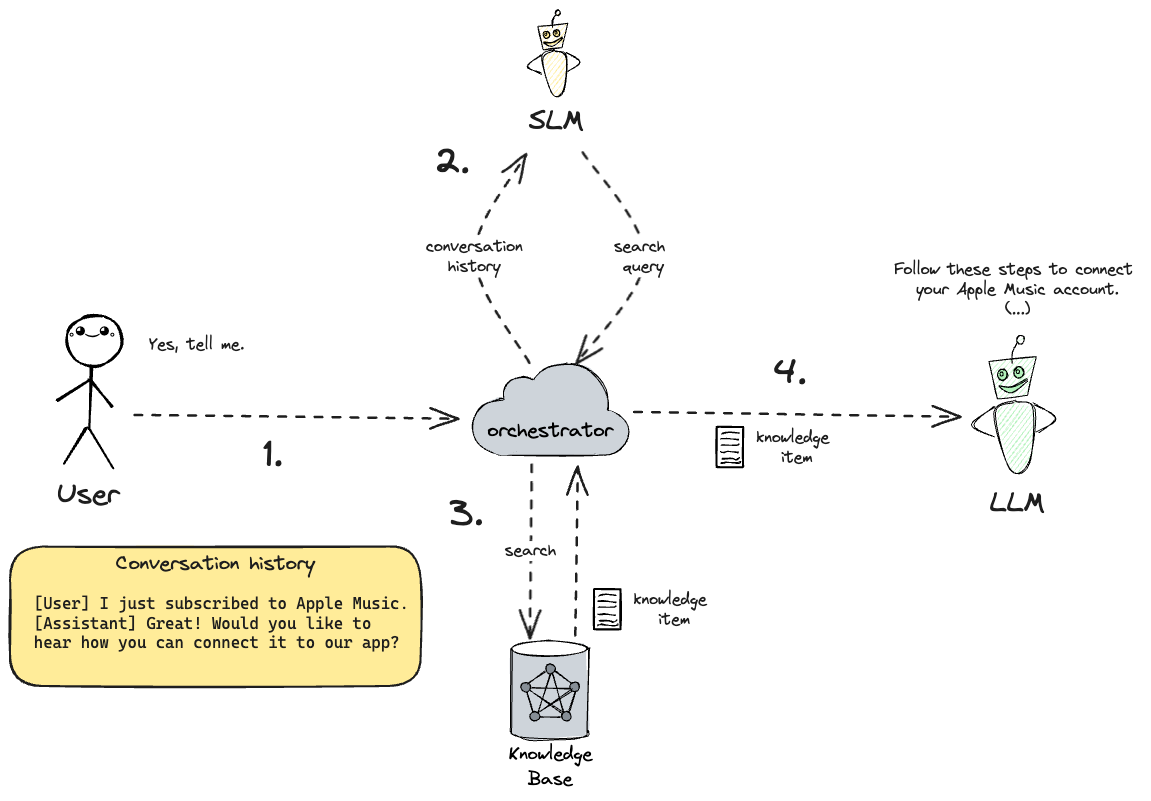
The Excalidraw diagram azuredevsummit-2025/graphics/rag-with-qrw.excalidraw.png in filipw/filipw.github.io, before a commit. Source tidied: one line per element, renumbered; positions are measured from the earlier drawing's top-left corner, leaving out a move shared by most shapes.
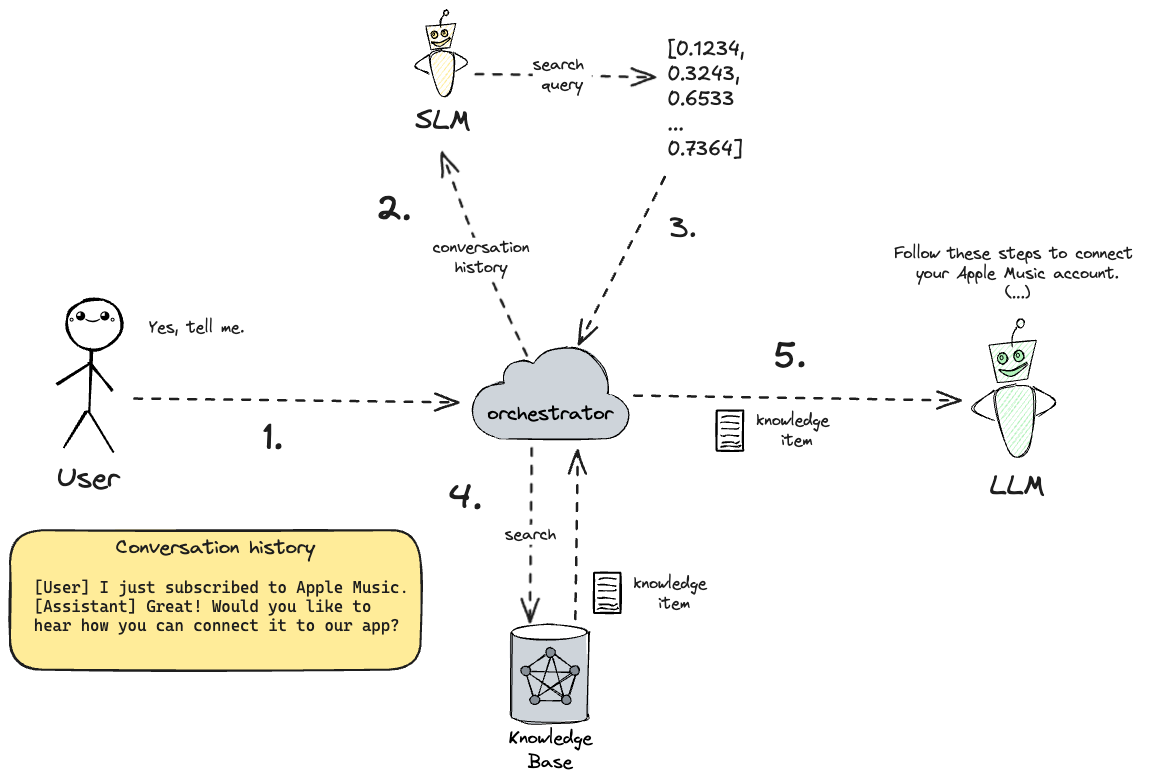
Later version of the same file.

Diff of the diagram source:
```diff
@@ -72,24 +72,27 @@
 {"id": 71, "type": "line", "strokeColor": "#000000", "backgroundColor": "#fff", "fillStyle": "solid", "strokeWidth": 1, "roughness": 1, "round": true, "x": 711, "y": 442, "width": 18, "height": 1, "points": [[0, 0], [3, 1], [7, 0], [18, 1]]}
 {"id": 72, "type": "text", "text": "knowledge \nitem", "strokeColor": "#1e1e1e", "backgroundColor": "#b2f2bb", "fillStyle": "solid", "strokeWidth": 2, "strokeStyle": "dashed", "roughness": 1, "fontSize": 16, "fontFamily": 1, "textAlign": "center", "x": 747, "y": 418, "width": 81, "height": 40}
 {"id": 73, "type": "text", "text": "Follow these steps to connect \nyour Apple Music account.\n(...)", "strokeColor": "#1e1e1e", "backgroundColor": "#b2f2bb", "fillStyle": "solid", "strokeWidth": 2, "strokeStyle": "dashed", "roughness": 1, "fontSize": 16, "fontFamily": 1, "textAlign": "center", "x": 884, "y": 250, "width": 247, "height": 60}
-{"id": 74, "type": "line", "strokeColor": "#000000", "backgroundColor": "#ffec99", "fillStyle": "hachure", "strokeWidth": 1, "roughness": 1, "x": 528, "y": 16, "width": 30, "height": 27, "points": [[0, 0], [5, 24], [24, 21], [30, -3], [0, 0]]}
+{"id": 74, "type": "line", "strokeColor": "#000000", "angle": 6.3, "backgroundColor": "#ffec99", "fillStyle": "hachure", "strokeWidth": 1, "roughness": 1, "x": 416, "y": 33, "width": 30, "height": 27, "points": [[0, 0], [5, 24], [24, 21], [30, -3], [0, 0]]}
-{"id": 75, "type": "line", "strokeColor": "#000000", "angle": 0.41, "backgroundColor": "#ffec99", "fillStyle": "hachure", "strokeWidth": 1, "roughness": 1, "round": true, "x": 545, "y": 17, "width": 3, "height": 12, "points": [[0, 0], [-3, -6], [-2, -12]]}
+{"id": 75, "type": "line", "strokeColor": "#000000", "angle": 6.71, "backgroundColor": "#ffec99", "fillStyle": "hachure", "strokeWidth": 1, "roughness": 1, "round": true, "x": 433, "y": 34, "width": 3, "height": 12, "points": [[0, 0], [-3, -6], [-2, -12]]}
-{"id": 76, "type": "ellipse", "strokeColor": "#000000", "angle": 0.29, "backgroundColor": "#ffec99", "fillStyle": "hachure", "strokeWidth": 1, "roughness": 1, "x": 545, "y": 0, "width": 5, "height": 5}
+{"id": 76, "type": "ellipse", "strokeColor": "#000000", "angle": 6.59, "backgroundColor": "#ffec99", "fillStyle": "hachure", "strokeWidth": 1, "roughness": 1, "x": 434, "y": 16, "width": 5, "height": 5}
-{"id": 77, "type": "line", "strokeColor": "#000000", "angle": 6.21, "backgroundColor": "#ffec99", "fillStyle": "hachure", "strokeWidth": 1, "roughness": 1, "round": true, "x": 547, "y": 42, "width": 25, "height": 43, "points": [[0, 0], [11, 6], [5, 39], [-7, 43], [-14, 6], [-1, -1]]}
+{"id": 77, "type": "line", "strokeColor": "#000000", "angle": 6.23, "backgroundColor": "#ffec99", "fillStyle": "hachure", "strokeWidth": 1, "roughness": 1, "round": true, "x": 434, "y": 58, "width": 25, "height": 43, "points": [[0, 0], [11, 6], [5, 39], [-7, 43], [-14, 6], [-1, -1]]}
-{"id": 78, "type": "line", "strokeColor": "#000000", "angle": 0.13, "backgroundColor": "#ffec99", "fillStyle": "hachure", "strokeWidth": 1, "roughness": 1, "round": true, "x": 555, "y": 44, "width": 15, "height": 18, "points": [[0, 0], [15, 7], [4, 18]]}
+{"id": 78, "type": "line", "strokeColor": "#000000", "angle": 6.42, "backgroundColor": "#ffec99", "fillStyle": "hachure", "strokeWidth": 1, "roughness": 1, "round": true, "x": 443, "y": 60, "width": 15, "height": 18, "points": [[0, 0], [15, 7], [4, 18]]}
-{"id": 79, "type": "line", "strokeColor": "#000000", "angle": 6.08, "backgroundColor": "#ffec99", "fillStyle": "hachure", "strokeWidth": 1, "roughness": 1, "round": true, "x": 533, "y": 46, "width": 16, "height": 19, "points": [[0, 0], [-16, 9], [-5, 19]]}
+{"id": 79, "type": "line", "strokeColor": "#000000", "angle": 6.1, "backgroundColor": "#ffec99", "fillStyle": "hachure", "strokeWidth": 1, "roughness": 1, "round": true, "x": 421, "y": 62, "width": 16, "height": 19, "points": [[0, 0], [-16, 9], [-5, 19]]}
-{"id": 80, "type": "line", "strokeColor": "#000000", "backgroundColor": "#ffec99", "fillStyle": "solid", "strokeWidth": 1, "roughness": 1, "round": true, "x": 552, "y": 28, "width": 18, "height": 9, "points": [[0, 0], [-8, 4], [-12, 5], [-18, 5], [-10, 9], [0, 1]]}
+{"id": 80, "type": "line", "strokeColor": "#000000", "angle": 6.3, "backgroundColor": "#ffec99", "fillStyle": "solid", "strokeWidth": 1, "roughness": 1, "round": true, "x": 440, "y": 44, "width": 18, "height": 9, "points": [[0, 0], [-8, 4], [-12, 5], [-18, 5], [-10, 9], [0, 1]]}
-{"id": 81, "type": "ellipse", "strokeColor": "#000000", "backgroundColor": "#ffec99", "fillStyle": "solid", "strokeWidth": 1, "roughness": 1, "x": 533, "y": 21, "width": 6, "height": 7}
+{"id": 81, "type": "ellipse", "strokeColor": "#000000", "angle": 6.3, "backgroundColor": "#ffec99", "fillStyle": "solid", "strokeWidth": 1, "roughness": 1, "x": 421, "y": 38, "width": 6, "height": 7}
-{"id": 82, "type": "ellipse", "strokeColor": "#000000", "backgroundColor": "#ffec99", "fillStyle": "solid", "strokeWidth": 1, "roughness": 0, "x": 535, "y": 23, "width": 2, "height": 3}
+{"id": 82, "type": "ellipse", "strokeColor": "#000000", "angle": 6.3, "backgroundColor": "#ffec99", "fillStyle": "solid", "strokeWidth": 1, "roughness": 0, "x": 423, "y": 39, "width": 2, "height": 3}
-{"id": 83, "type": "ellipse", "strokeColor": "#000000", "backgroundColor": "#ffec99", "fillStyle": "solid", "strokeWidth": 1, "roughness": 1, "x": 544, "y": 20, "width": 6, "height": 7}
+{"id": 83, "type": "ellipse", "strokeColor": "#000000", "angle": 6.3, "backgroundColor": "#ffec99", "fillStyle": "solid", "strokeWidth": 1, "roughness": 1, "x": 431, "y": 36, "width": 6, "height": 7}
-{"id": 84, "type": "ellipse", "strokeColor": "#000000", "backgroundColor": "#ffec99", "fillStyle": "solid", "strokeWidth": 1, "roughness": 0, "x": 545, "y": 22, "width": 2, "height": 3}
+{"id": 84, "type": "ellipse", "strokeColor": "#000000", "angle": 6.3, "backgroundColor": "#ffec99", "fillStyle": "solid", "strokeWidth": 1, "roughness": 0, "x": 433, "y": 38, "width": 2, "height": 3}
-{"id": 85, "type": "text", "text": "SLM", "strokeColor": "#1e1e1e", "backgroundColor": "#ffec99", "fillStyle": "solid", "strokeWidth": 2, "roughness": 1, "fontSize": 28, "fontFamily": 1, "x": 519, "y": 94, "width": 55, "height": 35}
+{"id": 85, "type": "text", "text": "SLM", "strokeColor": "#1e1e1e", "angle": 6.3, "backgroundColor": "#ffec99", "fillStyle": "solid", "strokeWidth": 2, "roughness": 1, "fontSize": 28, "fontFamily": 1, "x": 405, "y": 110, "width": 55, "height": 35}
-{"id": 86, "type": "arrow", "strokeColor": "#1e1e1e", "backgroundColor": "#b2f2bb", "fillStyle": "solid", "strokeWidth": 2, "strokeStyle": "dashed", "roughness": 1, "endArrowhead": "arrow", "round": true, "from": 21, "to": 85, "x": 521, "y": 352, "width": 57, "height": 208, "points": [[0, 0], [-57, -105], [-3, -208]]}
+{"id": 86, "type": "arrow", "strokeColor": "#1e1e1e", "angle": 5.71, "backgroundColor": "#b2f2bb", "fillStyle": "solid", "strokeWidth": 2, "strokeStyle": "dashed", "roughness": 1, "endArrowhead": "arrow", "round": true, "from": 26, "to": 85, "x": 455, "y": 368, "width": 39, "height": 216, "points": [[0, 0], [14, -106], [39, -216]]}
 {"id": 87, "type": "text", "text": "conversation\nhistory", "strokeColor": "#1e1e1e", "backgroundColor": "#ffec99", "fillStyle": "solid", "strokeWidth": 2, "roughness": 1, "fontSize": 16, "fontFamily": 1, "textAlign": "center", "verticalAlign": "middle", "inside": 86, "x": 472, "y": 228, "width": 97, "height": 40}
-{"id": 88, "type": "arrow", "strokeColor": "#1e1e1e", "backgroundColor": "#b2f2bb", "fillStyle": "solid", "strokeWidth": 2, "strokeStyle": "dashed", "roughness": 1, "endArrowhead": "arrow", "round": true, "from": 85, "to": 19, "x": 571, "y": 143, "width": 67, "height": 211, "points": [[0, 0], [62, 105], [-5, 211]]}
+{"id": 88, "type": "arrow", "strokeColor": "#1e1e1e", "angle": 5.71, "backgroundColor": "#b2f2bb", "fillStyle": "solid", "strokeWidth": 2, "strokeStyle": "dashed", "roughness": 1, "endArrowhead": "arrow", "round": true, "to": 95, "x": 480, "y": 32, "width": 150, "height": 100, "points": [[0, 0], [73, 47], [150, 100]]}
 {"id": 89, "type": "text", "text": "search \nquery", "strokeColor": "#1e1e1e", "backgroundColor": "#ffec99", "fillStyle": "solid", "strokeWidth": 2, "roughness": 1, "fontSize": 16, "fontFamily": 1, "textAlign": "center", "verticalAlign": "middle", "inside": 88, "x": 539, "y": 228, "width": 59, "height": 40}
 {"id": 90, "type": "text", "text": "Yes, tell me.", "strokeColor": "#1e1e1e", "backgroundColor": "#b2f2bb", "fillStyle": "solid", "strokeWidth": 2, "strokeStyle": "dashed", "roughness": 1, "fontSize": 16, "fontFamily": 1, "x": 139, "y": 325, "width": 95, "height": 20}
 {"id": 91, "type": "text", "text": "1.", "strokeColor": "#1e1e1e", "strokeWidth": 2, "roughness": 1, "fontSize": 36, "fontFamily": 1, "x": 253, "y": 423, "width": 20, "height": 45}
-{"id": 92, "type": "text", "text": "2.", "strokeColor": "#1e1e1e", "strokeWidth": 2, "roughness": 1, "fontSize": 36, "fontFamily": 1, "x": 424, "y": 130, "width": 35, "height": 45}
+{"id": 92, "type": "text", "text": "2.", "strokeColor": "#1e1e1e", "angle": 6.28, "strokeWidth": 2, "roughness": 1, "fontSize": 36, "fontFamily": 1, "x": 366, "y": 194, "width": 35, "height": 45}
-{"id": 93, "type": "text", "text": "3.", "strokeColor": "#1e1e1e", "strokeWidth": 2, "roughness": 1, "fontSize": 36, "fontFamily": 1, "x": 439, "y": 482, "width": 34, "height": 45}
+{"id": 93, "type": "text", "text": "4.", "strokeColor": "#1e1e1e", "strokeWidth": 2, "roughness": 1, "fontSize": 36, "fontFamily": 1, "x": 439, "y": 482, "width": 33, "height": 45}
-{"id": 94, "type": "text", "text": "4.", "strokeColor": "#1e1e1e", "strokeWidth": 2, "roughness": 1, "fontSize": 36, "fontFamily": 1, "x": 764, "y": 341, "width": 33, "height": 45}
+{"id": 94, "type": "text", "text": "5.", "strokeColor": "#1e1e1e", "strokeWidth": 2, "roughness": 1, "fontSize": 36, "fontFamily": 1, "x": 764, "y": 341, "width": 32, "height": 45}
+{"id": 95, "type": "text", "text": "[0.1234,\n0.3243,\n0.6533\n...\n0.7364]", "strokeColor": "#1e1e1e", "strokeWidth": 2, "roughness": 1, "fontSize": 20, "fontFamily": 5, "x": 657, "y": 44, "width": 78, "height": 125}
+{"id": 96, "type": "arrow", "strokeColor": "#1e1e1e", "backgroundColor": "#b2f2bb", "fillStyle": "solid", "strokeWidth": 2, "strokeStyle": "dashed", "roughness": 1, "startArrowhead": "arrow", "round": true, "from": 19, "to": 95, "x": 569, "y": 352, "width": 86, "height": 170, "points": [[0, 0], [86, -170]]}
+{"id": 97, "type": "text", "text": "3.", "strokeColor": "#1e1e1e", "strokeWidth": 2, "roughness": 1, "fontSize": 28, "fontFamily": 1, "x": 660, "y": 218, "width": 27, "height": 35}
```
